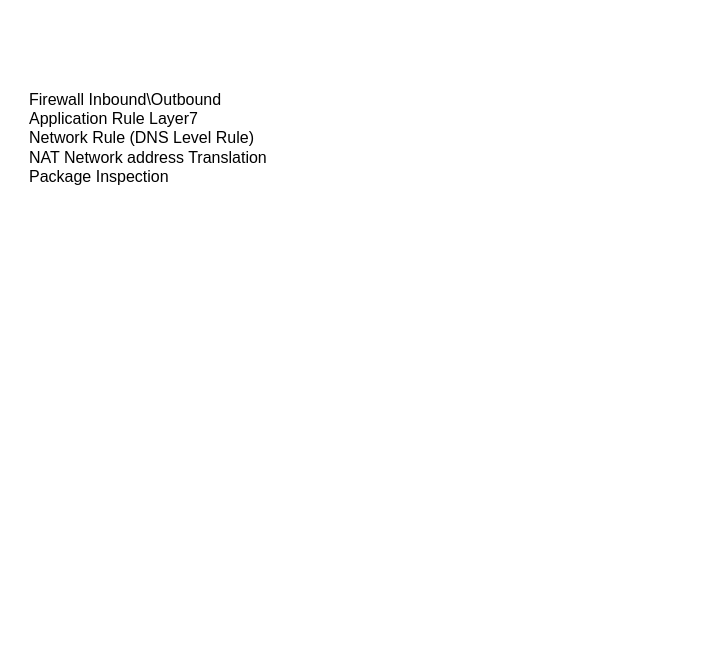
Earlier version of the draw.io diagram Hub-spoke Network.drawio (Gopi1892/Architecture-Design). Source tidied: cells renumbered, new cells numbered last; positions are measured from the earlier drawing's top-left corner, leaving out a move shared by most shapes. Both pictures are drawn from the tidied source at 100%, with x=0, y=0 at pixel (27, 107).
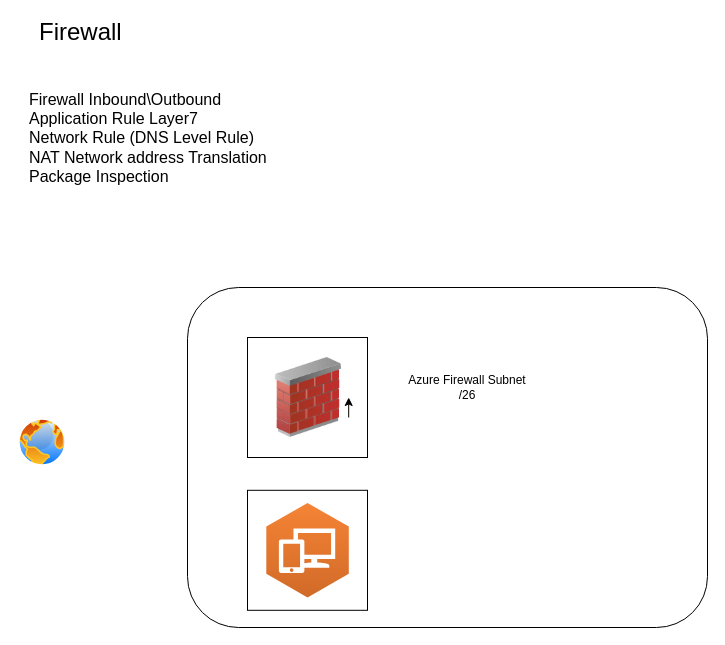
The same diagram, later.

What changed in the source:
```diff
@@
 <mxGraphModel>
   <root>
     <mxCell id="0" />
     <mxCell id="1" parent="0" />
     <mxCell id="2" value="&lt;font size=&quot;3&quot;&gt;Firewall Inbound\Outbound&lt;/font&gt;&lt;div&gt;&lt;font size=&quot;3&quot;&gt;Application Rule Layer7&lt;/font&gt;&lt;/div&gt;&lt;div&gt;&lt;font size=&quot;3&quot;&gt;Network Rule (DNS Level Rule)&lt;/font&gt;&lt;/div&gt;&lt;div&gt;&lt;font size=&quot;3&quot;&gt;NAT Network address Translation&lt;/font&gt;&lt;/div&gt;&lt;div&gt;&lt;font size=&quot;3&quot;&gt;Package Inspection&lt;/font&gt;&lt;/div&gt;&lt;div&gt;&lt;font size=&quot;3&quot;&gt;&lt;br&gt;&lt;/font&gt;&lt;/div&gt;" style="text;html=1;align=left;verticalAlign=middle;whiteSpace=wrap;rounded=0;" parent="1" vertex="1">
       <mxGeometry width="270" height="80" as="geometry" />
     </mxCell>
+    <mxCell id="3" value="&lt;font style=&quot;font-size: 24px;&quot;&gt;Firewall&lt;/font&gt;" style="text;html=1;align=left;verticalAlign=middle;whiteSpace=wrap;rounded=0;" parent="1" vertex="1">
+      <mxGeometry x="10" y="-90" width="190" height="30" as="geometry" />
+    </mxCell>
+    <mxCell id="4" style="image;perimeter=ellipsePerimeter;html=1;align=center;shadow=0;dashed=0;spacingTop=3;image=img/lib/active_directory/internet_globe.svg;" parent="1" vertex="1">
+      <mxGeometry x="-10" y="310" width="50" height="50" as="geometry" />
+    </mxCell>
+    <mxCell id="5" style="rounded=1;whiteSpace=wrap;html=1;" parent="1" vertex="1">
+      <mxGeometry x="160" y="180" width="520" height="340" as="geometry" />
+    </mxCell>
+    <mxCell id="6" style="whiteSpace=wrap;html=1;" parent="1" vertex="1">
+      <mxGeometry x="220" y="230" width="120" height="120" as="geometry" />
+    </mxCell>
+    <mxCell id="7" style="image;html=1;image=img/lib/clip_art/networking/Firewall_02_128x128.png;" parent="1" vertex="1">
+      <mxGeometry x="241.2" y="250" width="80" height="80" as="geometry" />
+    </mxCell>
+    <mxCell id="8" value="Azure Firewall Subnet&lt;div&gt;/26&lt;/div&gt;" style="text;html=1;align=center;verticalAlign=middle;whiteSpace=wrap;rounded=0;" parent="1" vertex="1">
+      <mxGeometry x="360" y="250" width="160" height="60" as="geometry" />
+    </mxCell>
+    <mxCell id="9" style="rounded=0;whiteSpace=wrap;html=1;" parent="1" vertex="1">
+      <mxGeometry x="220" y="382.8" width="120" height="120" as="geometry" />
+    </mxCell>
+    <mxCell id="10" style="dashed=0;verticalLabelPosition=bottom;verticalAlign=top;align=center;html=1;shape=mxgraph.aws3.workspaces;fillColor=#D16A28;gradientColor=#F58435;gradientDirection=north;" parent="1" vertex="1">
+      <mxGeometry x="238.8" y="395.5" width="82.5" height="94.5" as="geometry" />
+    </mxCell>
+    <mxCell id="11" style="edgeStyle=orthogonalEdgeStyle;rounded=0;orthogonalLoop=1;jettySize=auto;html=1;exitX=1;exitY=0.75;exitDx=0;exitDy=0;entryX=1;entryY=0.5;entryDx=0;entryDy=0;" parent="1" edge="1" source="7" target="7">
+      <mxGeometry relative="1" as="geometry" />
+    </mxCell>
   </root>
 </mxGraphModel>
```
